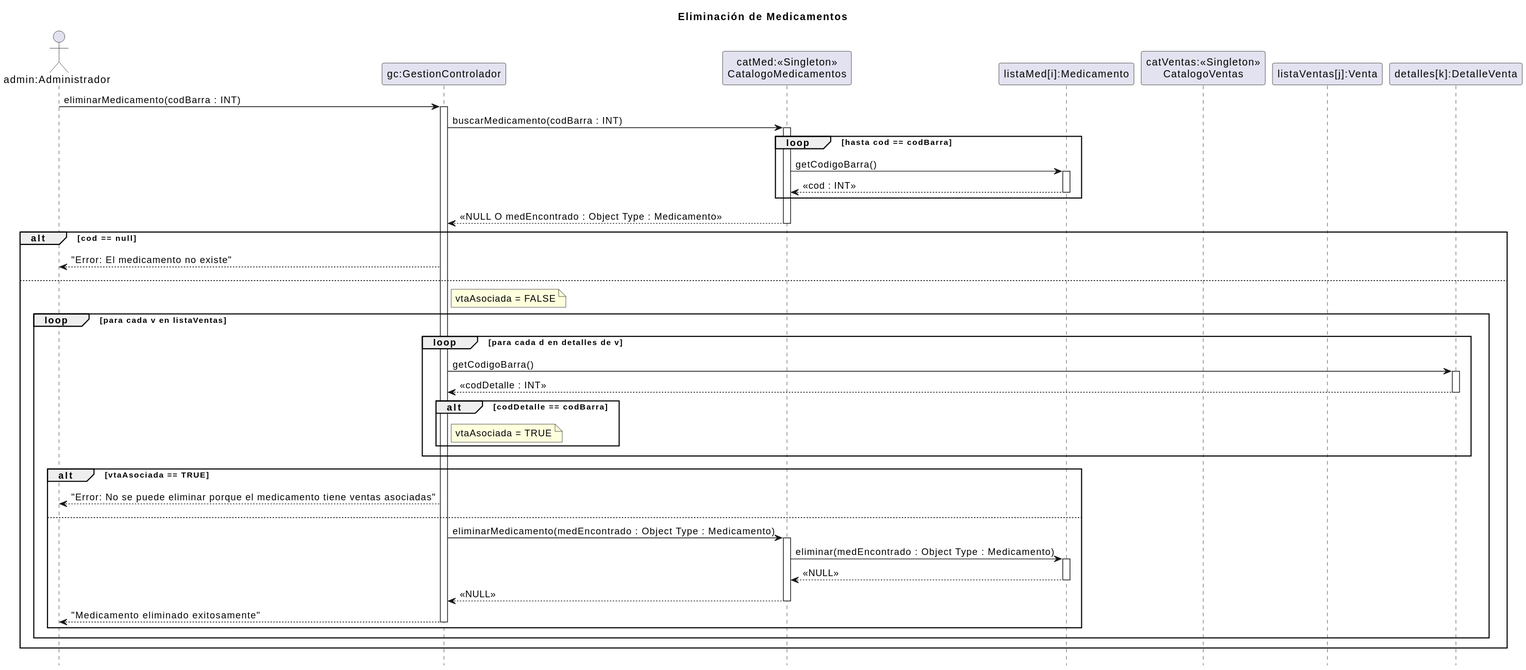
This is 08 - Diagramas de Secuencia de Diseño/EliminaciondeMedicamento/EliminacionMedicamentos.svg from zEzequR/PF-I, a PlantUML export, as it was before one commit.
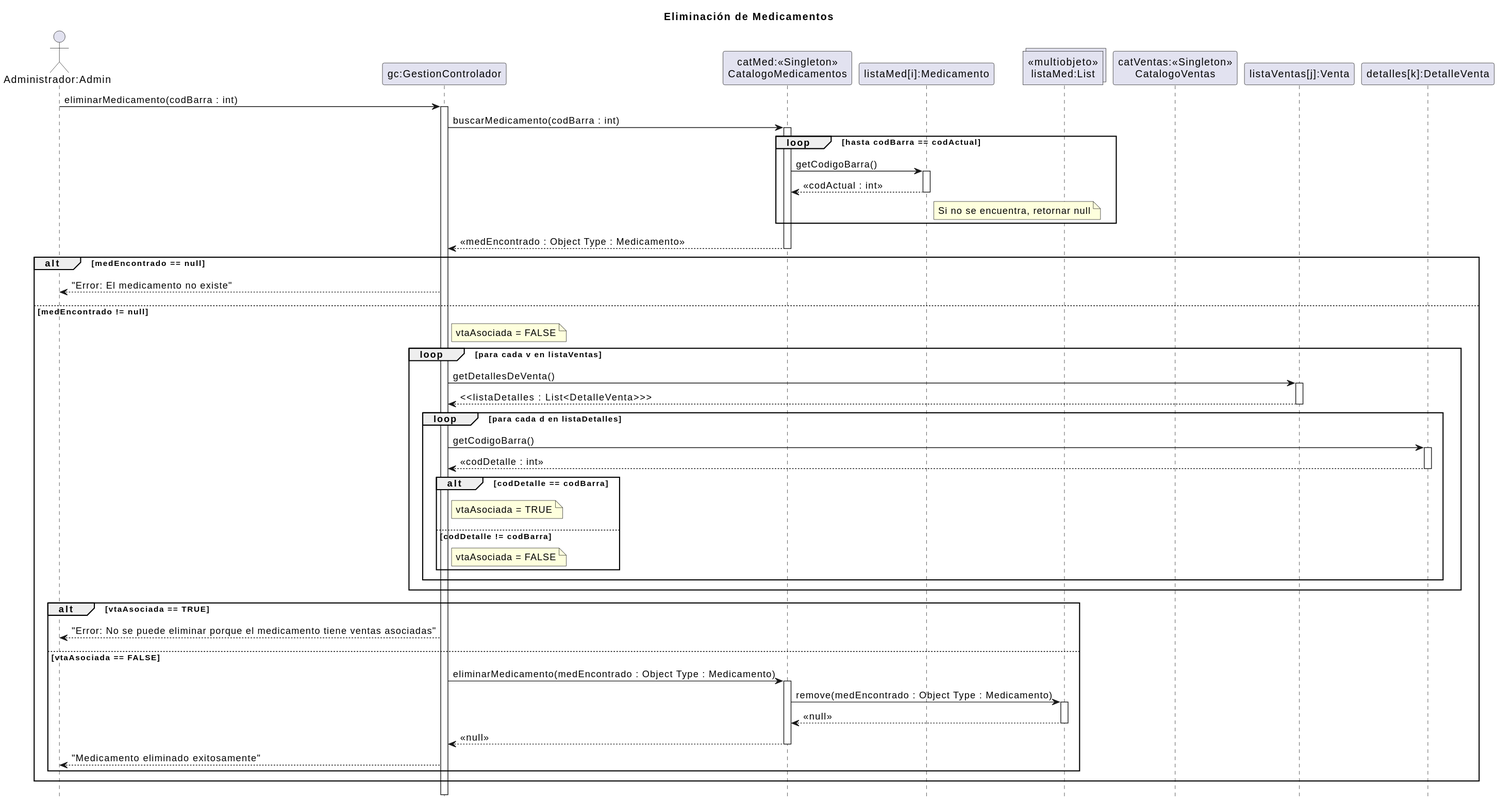
After the commit.

Diff of the diagram source:
```diff
@@ -3,58 +3,93 @@
 hide footbox
 title Eliminación de Medicamentos
 
-actor "admin:Administrador" as admin
+actor "Administrador:Admin" as admin
 participant "gc:GestionControlador" as gc
 participant "catMed:<<Singleton>>\nCatalogoMedicamentos" as catMed
 participant "listaMed[i]:Medicamento" as arrayMed
+collections "<<multiobjeto>>\nlistaMed:List" as lista_med
 participant "catVentas:<<Singleton>>\nCatalogoVentas" as catVentas
 participant "listaVentas[j]:Venta" as arrayVentas
 participant "detalles[k]:DetalleVenta" as arrayDetalles
 
-admin -> gc : eliminarMedicamento(codBarra : INT)
+admin -> gc : eliminarMedicamento(codBarra : int)
 activate gc
 
-gc -> catMed : buscarMedicamento(codBarra : INT)
+gc -> catMed : buscarMedicamento(codBarra : int)
 activate catMed
 
-    loop hasta cod == codBarra
-        catMed -> arrayMed : getCodigoBarra()
-        activate arrayMed
-        arrayMed --> catMed : <<cod : INT>>
-        deactivate arrayMed
-    end
-    catMed --> gc : << NULL O medEncontrado : Object Type : Medicamento>>
-    deactivate catMed
-alt cod == null
+loop hasta codBarra == codActual
+    catMed -> arrayMed : getCodigoBarra()
+    activate arrayMed
+    arrayMed --> catMed : <<codActual : int>>
+
+    note right of arrayMed : Si no se encuentra, retornar null
+
+    deactivate arrayMed
+end
+
+catMed --> gc : <<medEncontrado : Object Type : Medicamento>>
+deactivate catMed
+
+
+alt medEncontrado == null
+
     gc --> admin : "Error: El medicamento no existe"
-else
+
+else medEncontrado != null
+
     note right of gc
         vtaAsociada = FALSE
     end note
+
     loop para cada v en listaVentas
-        loop para cada d en detalles de v
+
+        gc -> arrayVentas : getDetallesDeVenta()
+        activate arrayVentas
+        arrayVentas --> gc : <<listaDetalles : List<DetalleVenta>>>
+        deactivate arrayVentas
+
+        loop para cada d en listaDetalles
             gc -> arrayDetalles : getCodigoBarra()
             activate arrayDetalles
-            arrayDetalles --> gc : <<codDetalle : INT>>
+            arrayDetalles --> gc : <<codDetalle : int>>
             deactivate arrayDetalles
+
             alt codDetalle == codBarra
                 note right of gc
                     vtaAsociada = TRUE
                 end note
+            else codDetalle != codBarra
+                note right of gc
+                    vtaAsociada = FALSE
+                end note
+            end
+
         end
     end
-alt vtaAsociada == TRUE
-    gc --> admin : "Error: No se puede eliminar porque el medicamento tiene ventas asociadas"
-else
-    gc -> catMed : eliminarMedicamento(medEncontrado : Object Type : Medicamento)
-    activate catMed
-    catMed -> arrayMed : eliminar(medEncontrado : Object Type : Medicamento)
-    activate arrayMed
-    arrayMed --> catMed : <<NULL>>
-    deactivate arrayMed
-    catMed --> gc : <<NULL>>
-    deactivate catMed
-    gc --> admin : "Medicamento eliminado exitosamente"
-    deactivate gc
+
+    alt vtaAsociada == TRUE
+
+        gc --> admin : "Error: No se puede eliminar porque el medicamento tiene ventas asociadas"
+
+    else vtaAsociada == FALSE
+
+        gc -> catMed : eliminarMedicamento(medEncontrado : Object Type : Medicamento)
+        activate catMed
+
+        catMed -> lista_med : remove(medEncontrado : Object Type : Medicamento)
+        activate lista_med
+        lista_med --> catMed : <<null>>
+        deactivate lista_med
+
+        catMed --> gc : <<null>>
+        deactivate catMed
+
+        gc --> admin : "Medicamento eliminado exitosamente"
+
+    end
+
 end
+
+deactivate gc
 @enduml
```
